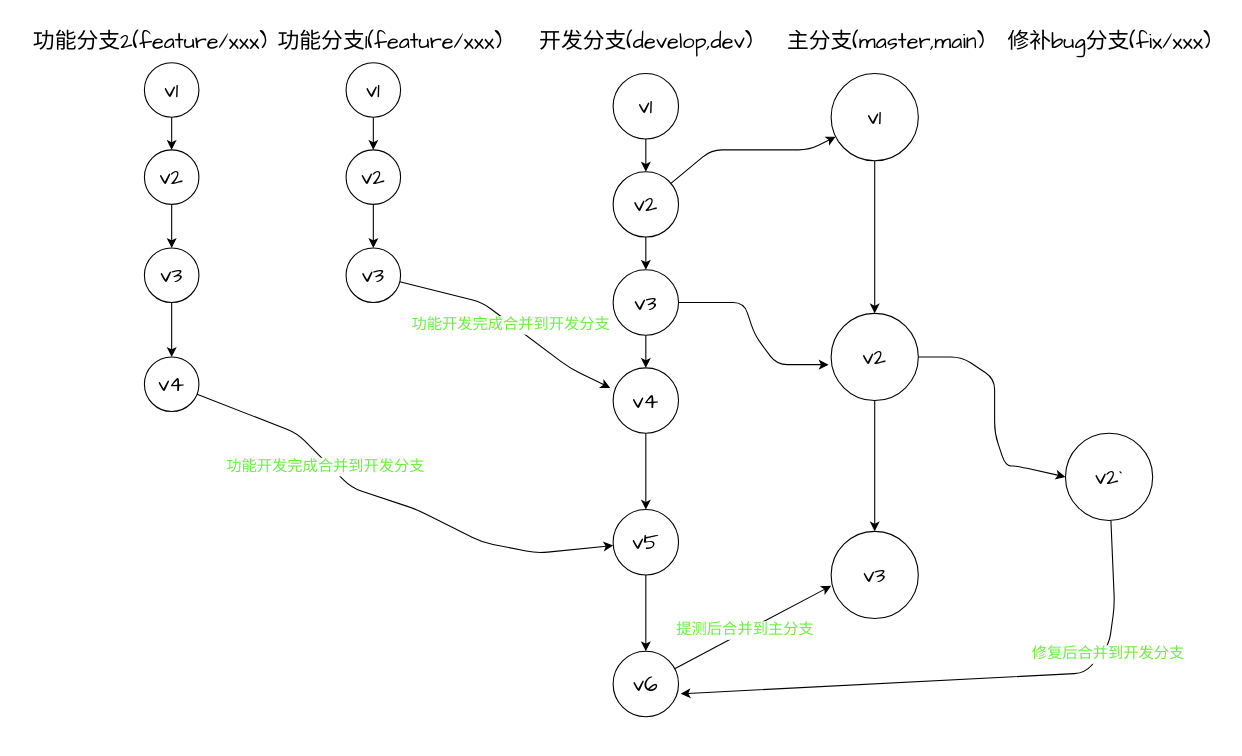
The draw.io diagram 技术应用阶段/Git/git-flow.dio in gerrykf/front_end-path, before the edit. Source tidied: cells renumbered, new cells numbered last; positions are measured from the earlier drawing's top-left corner, leaving out a move shared by most shapes. Both pictures are drawn from the tidied source at 109%, with x=0, y=0 at pixel (19, 19).
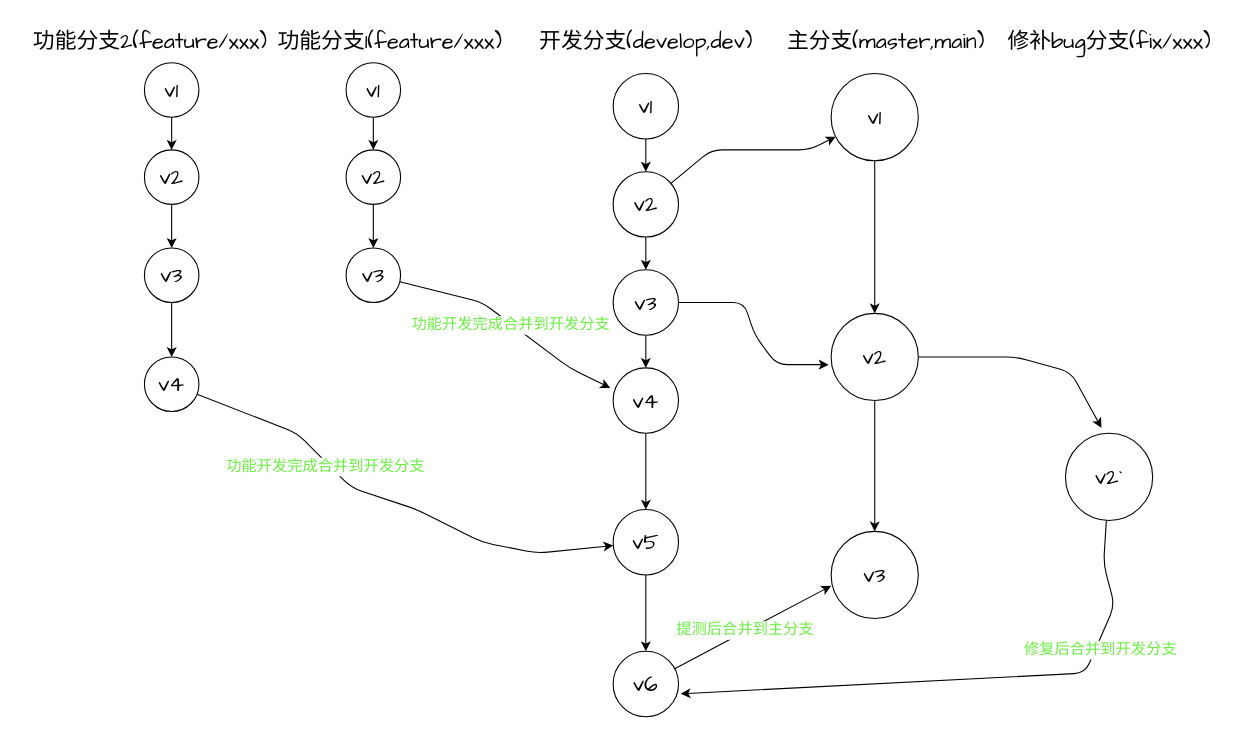
After the change.

Commit message:
feat(git):  git flow

Unchanged cells that the change refers to:
```xml
<mxCell id="7" value="v2" style="ellipse;whiteSpace=wrap;html=1;hachureGap=4;fontFamily=Architects Daughter;fontSize=20;rounded=1;" parent="1" vertex="1">
  <mxGeometry x="745" y="270" width="80" height="80" as="geometry" />
</mxCell>
<mxCell id="40" value="v6" style="ellipse;whiteSpace=wrap;html=1;hachureGap=4;fontFamily=Architects Daughter;fontSize=20;rounded=1;" parent="1" vertex="1">
  <mxGeometry x="545" y="580" width="60" height="60" as="geometry" />
</mxCell>
<mxCell id="44" value="v2`" style="ellipse;whiteSpace=wrap;html=1;hachureGap=4;fontFamily=Architects Daughter;fontSize=20;rounded=1;" parent="1" vertex="1">
  <mxGeometry x="960" y="380" width="80" height="80" as="geometry" />
</mxCell>
```

Change to the diagram source:
```diff
@@
-    <mxCell id="5" style="edgeStyle=none;hachureGap=4;html=1;entryX=0;entryY=0.5;entryDx=0;entryDy=0;fontFamily=Architects Daughter;fontSize=16;rounded=1;" parent="1" edge="1" source="7" target="44">
+    <mxCell id="5" style="edgeStyle=none;hachureGap=4;html=1;fontFamily=Architects Daughter;fontSize=16;rounded=1;" parent="1" edge="1" source="7">
       <mxGeometry relative="1" as="geometry">
+        <mxPoint x="993" y="375" as="targetPoint" />
         <Array as="points">
           <mxPoint x="865" y="310" />
-          <mxPoint x="895" y="330" />
-          <mxPoint x="895" y="380" />
-          <mxPoint x="905" y="410" />
-          <mxPoint x="915" y="410" />
+          <mxPoint x="915" y="310" />
+          <mxPoint x="965" y="324" />
         </Array>
       </mxGeometry>
     </mxCell>
@@
     <mxCell id="42" style="edgeStyle=none;hachureGap=4;html=1;fontFamily=Architects Daughter;fontSize=16;entryX=1.033;entryY=0.65;entryDx=0;entryDy=0;entryPerimeter=0;rounded=1;" parent="1" edge="1" source="44" target="40">
       <mxGeometry relative="1" as="geometry">
         <Array as="points">
+          <mxPoint x="995" y="500" />
           <mxPoint x="1005" y="538" />
-          <mxPoint x="1000" y="574" />
           <mxPoint x="978" y="600" />
         </Array>
       </mxGeometry>
     </mxCell>
```
